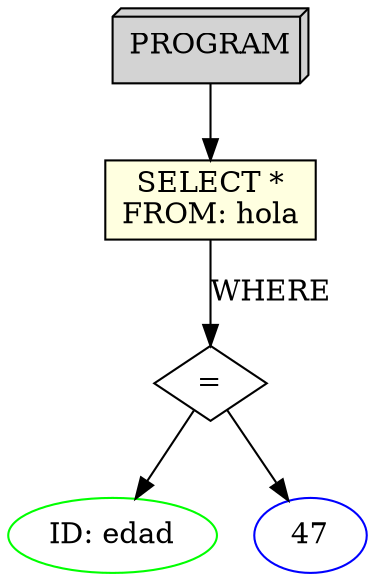
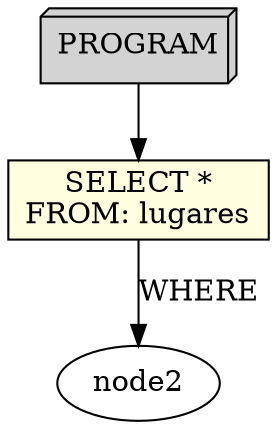
digraph AST {
  node0 [label="PROGRAM", shape=box3d, style=filled, fillcolor=lightgrey];
-   node1 [label="SELECT *\nFROM: hola", shape=rect, style=filled, fillcolor=lightyellow];
-   node2 [label="=", shape=diamond];
-   node3 [label="ID: edad", shape=ellipse, color=green];
-   node2 -> node3;
-   node4 [label="47", shape=ellipse, color=blue];
-   node2 -> node4;
+   node1 [label="SELECT *\nFROM: lugares", shape=rect, style=filled, fillcolor=lightyellow];
  node1 -> node2 [label="WHERE"];
  node0 -> node1;
}
